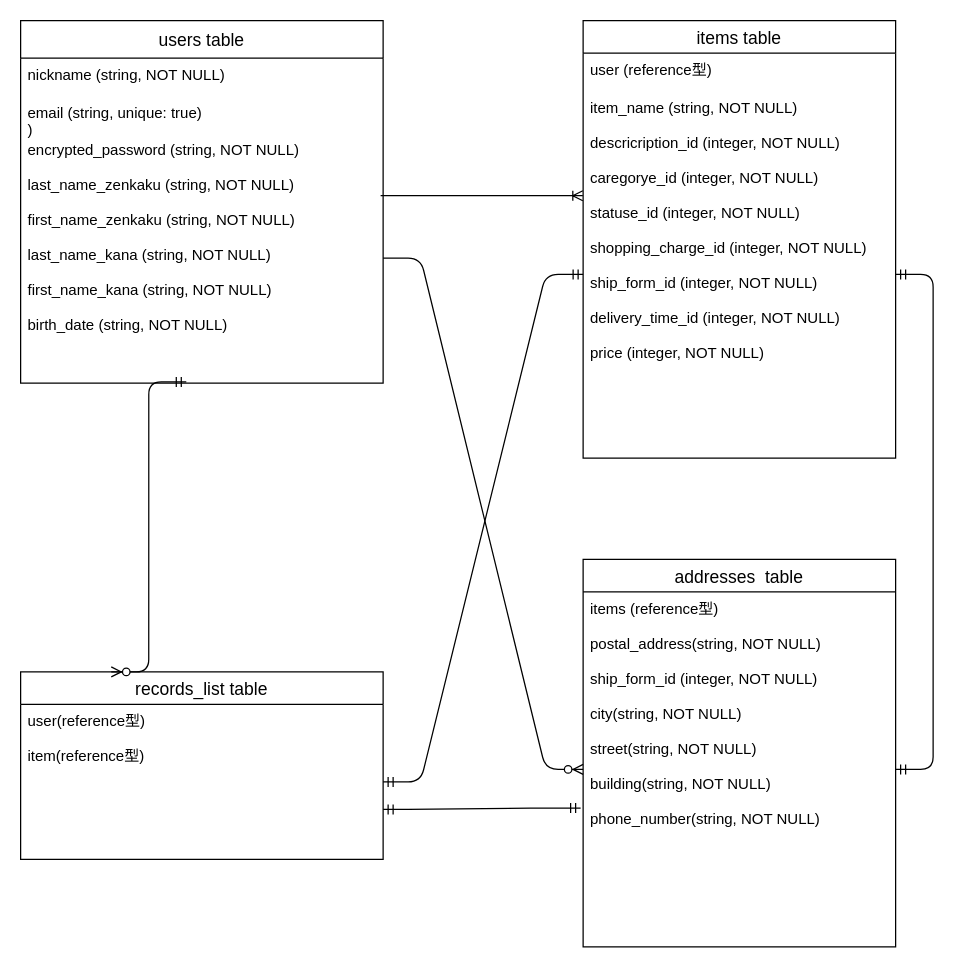
The draw.io diagram database.dio in manbou310/furima-35838, before the edit. Source tidied: cells renumbered, new cells numbered last; positions are measured from the earlier drawing's top-left corner, leaving out a move shared by most shapes. Both pictures are drawn from the tidied source at 125%, with x=0, y=0 at pixel (20, 20).
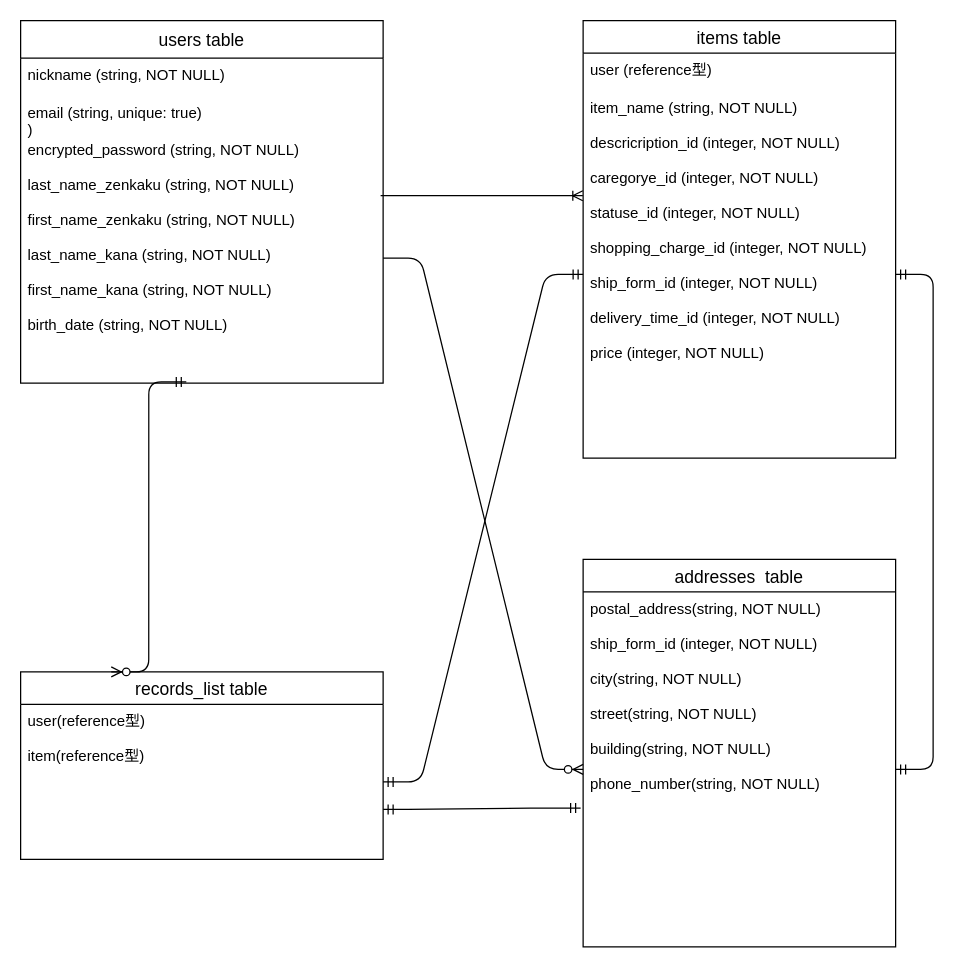
The same diagram, later.

Commit message (it also covers changes not shown here):
データベース設計修正#2

Unchanged cells that the change refers to:
```xml
<mxCell id="6" value="addresses  table" style="swimlane;fontStyle=0;horizontal=1;startSize=26;align=center;fontSize=14;" parent="1" vertex="1">
  <mxGeometry x="450" y="431" width="250" height="310" as="geometry" />
</mxCell>
```

The edit, as a diff of the source:
```diff
@@
-    <mxCell id="7" value="items (reference型)&#10;&#10;postal_address(string, NOT NULL)&#10;&#10;ship_form_id (integer, NOT NULL)&#10;&#10;city(string, NOT NULL)&#10;&#10;street(string, NOT NULL)&#10;&#10;building(string, NOT NULL)&#10;&#10;phone_number(string, NOT NULL)" style="text;strokeColor=none;fillColor=none;spacingLeft=4;spacingRight=4;overflow=hidden;points=[[0,0.5],[1,0.5]];portConstraint=eastwest;fontSize=12;" parent="6" vertex="1">
+    <mxCell id="7" value="postal_address(string, NOT NULL)&#10;&#10;ship_form_id (integer, NOT NULL)&#10;&#10;city(string, NOT NULL)&#10;&#10;street(string, NOT NULL)&#10;&#10;building(string, NOT NULL)&#10;&#10;phone_number(string, NOT NULL)" style="text;strokeColor=none;fillColor=none;spacingLeft=4;spacingRight=4;overflow=hidden;points=[[0,0.5],[1,0.5]];portConstraint=eastwest;fontSize=12;" parent="6" vertex="1">
       <mxGeometry y="26" width="250" height="284" as="geometry" />
     </mxCell>
```
